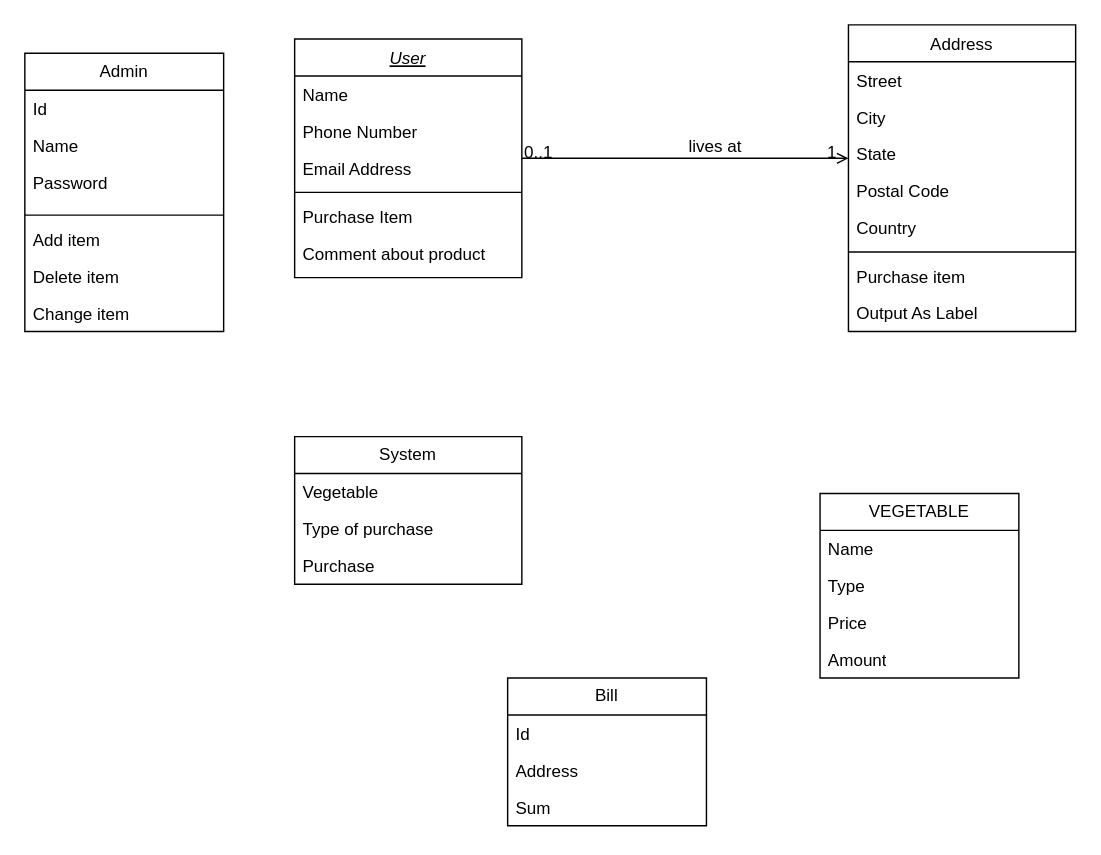
Earlier version of the draw.io diagram Biểu đồ không có tiêu đề.drawio (LeeTaDa/LeTatDat). Source tidied: cells renumbered, new cells numbered last; positions are measured from the earlier drawing's top-left corner, leaving out a move shared by most shapes. Both pictures are drawn from the tidied source at 142%, with x=0, y=0 at pixel (24, 24).
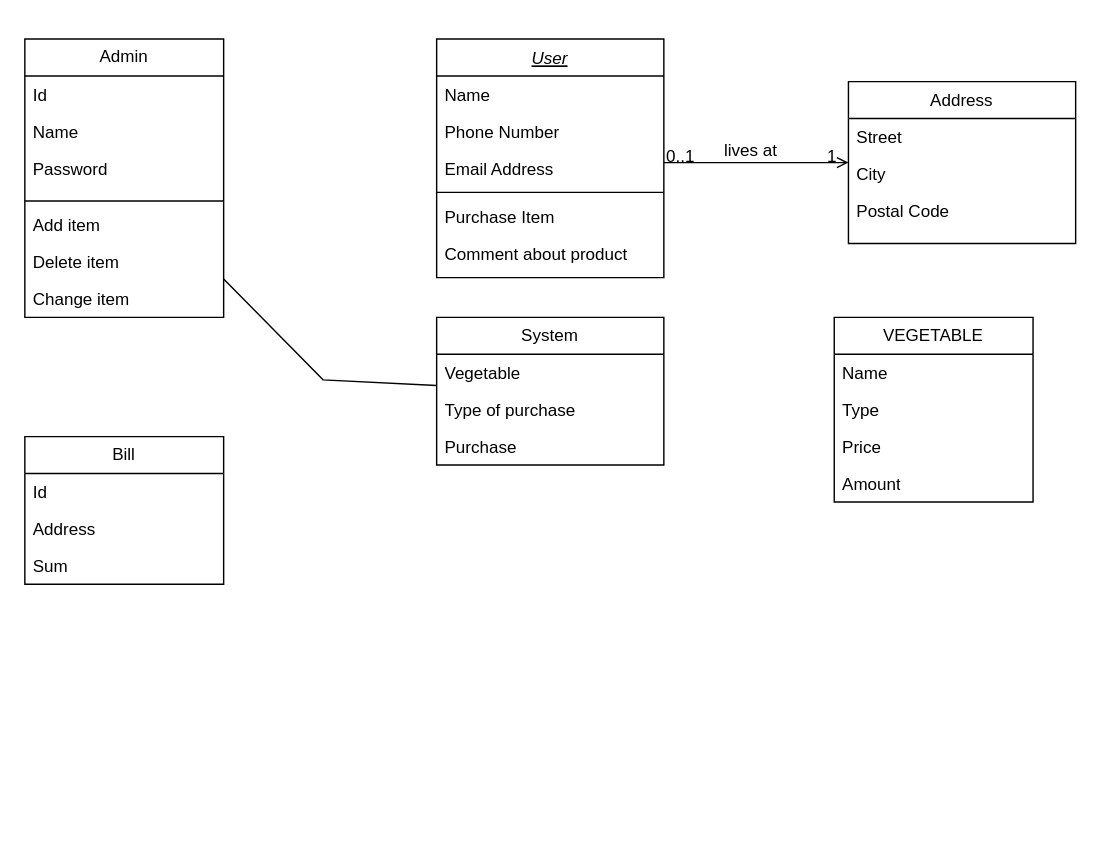
The same diagram, later.

Change to the diagram source:
```diff
@@
     <mxCell id="2" value="User&#10;" style="swimlane;fontStyle=6;align=center;verticalAlign=top;horizontal=1;startSize=26;rounded=0;shadow=0;strokeWidth=1;" parent="1" vertex="1">
-      <mxGeometry x="190" y="10" width="160" height="168" as="geometry" />
+      <mxGeometry x="290" y="10" width="160" height="168" as="geometry" />
     </mxCell>
@@
     <mxCell id="9" value="Address" style="swimlane;fontStyle=0;align=center;verticalAlign=top;horizontal=1;startSize=26;rounded=0;shadow=0;strokeWidth=1;" parent="1" vertex="1">
-      <mxGeometry x="580" width="160" height="216" as="geometry" />
+      <mxGeometry x="580" y="40" width="160" height="114" as="geometry" />
     </mxCell>
@@
-    <mxCell id="12" value="State" style="text;align=left;verticalAlign=top;spacingLeft=4;spacingRight=4;overflow=hidden;rounded=0;shadow=0;html=0;" parent="9" vertex="1">
-      <mxGeometry y="78" width="160" height="26" as="geometry" />
-    </mxCell>
     <mxCell id="13" value="Postal Code" style="text;align=left;verticalAlign=top;spacingLeft=4;spacingRight=4;overflow=hidden;rounded=0;shadow=0;html=0;" parent="9" vertex="1">
-      <mxGeometry y="104" width="160" height="26" as="geometry" />
+      <mxGeometry y="78" width="160" height="26" as="geometry" />
     </mxCell>
-    <mxCell id="14" value="Country" style="text;align=left;verticalAlign=top;spacingLeft=4;spacingRight=4;overflow=hidden;rounded=0;shadow=0;html=0;" parent="9" vertex="1">
-      <mxGeometry y="130" width="160" height="26" as="geometry" />
-    </mxCell>
-    <mxCell id="15" style="line;html=1;strokeWidth=1;align=left;verticalAlign=middle;spacingTop=-1;spacingLeft=3;spacingRight=3;labelPosition=right;" parent="9" vertex="1">
-      <mxGeometry y="156" width="160" height="8" as="geometry" />
-    </mxCell>
-    <mxCell id="16" value="Purchase item" style="text;align=left;verticalAlign=top;spacingLeft=4;spacingRight=4;overflow=hidden;" parent="9" vertex="1">
-      <mxGeometry y="164" width="160" height="26" as="geometry" />
-    </mxCell>
-    <mxCell id="17" value="Output As Label" style="text;align=left;verticalAlign=top;spacingLeft=4;spacingRight=4;overflow=hidden;" parent="9" vertex="1">
-      <mxGeometry y="190" width="160" height="26" as="geometry" />
-    </mxCell>
@@
     <mxCell id="22" value="System" style="swimlane;fontStyle=0;horizontal=1;startSize=26;fillColor=none;whiteSpace=wrap;html=1;" parent="1" vertex="1">
-      <mxGeometry x="190" y="290" width="160" height="104" as="geometry" />
+      <mxGeometry x="290" y="206" width="160" height="104" as="geometry" />
     </mxCell>
@@
     <mxCell id="26" value="VEGETABLE" style="swimlane;fontStyle=0;horizontal=1;startSize=26;fillColor=none;whiteSpace=wrap;html=1;" parent="1" vertex="1">
-      <mxGeometry x="560" y="330" width="140" height="130" as="geometry" />
+      <mxGeometry x="570" y="206" width="140" height="130" as="geometry" />
     </mxCell>
@@
     <mxCell id="31" value="Admin" style="swimlane;fontStyle=0;horizontal=1;startSize=26;fillColor=none;whiteSpace=wrap;html=1;" parent="1" vertex="1">
-      <mxGeometry y="20" width="140" height="196" as="geometry" />
+      <mxGeometry y="10" width="140" height="196" as="geometry" />
     </mxCell>
@@
     <mxCell id="39" value="Bill" style="swimlane;fontStyle=0;horizontal=1;startSize=26;fillColor=none;whiteSpace=wrap;html=1;" parent="1" vertex="1">
-      <mxGeometry x="340" y="460" width="140" height="104" as="geometry" />
+      <mxGeometry y="290" width="140" height="104" as="geometry" />
     </mxCell>
@@
+    <mxCell id="43" style="endArrow=none;html=1;rounded=0;" parent="1" edge="1" source="31" target="22">
+      <mxGeometry relative="1" as="geometry">
+        <Array as="points">
+          <mxPoint x="210" y="250" />
+        </Array>
+      </mxGeometry>
+    </mxCell>
```
